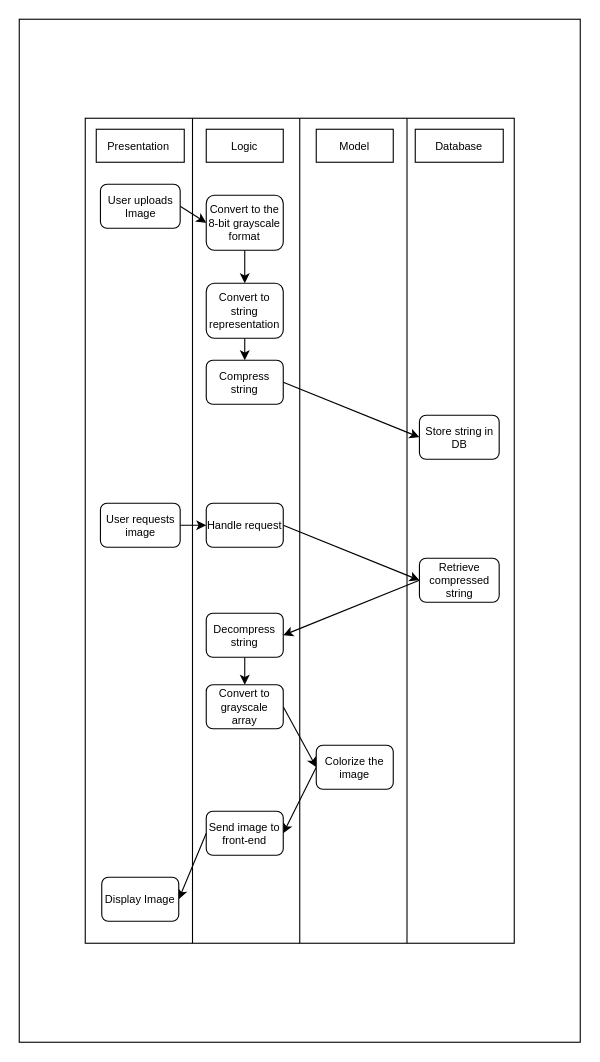
The draw.io diagram Swimlane.drawio in aditya-deo/gan-paper-2-diagrams, before the edit. Source tidied: cells renumbered, new cells numbered last; positions are measured from the earlier drawing's top-left corner, leaving out a move shared by most shapes. Both pictures are drawn from the tidied source at 110%, with x=0, y=0 at pixel (19, 19).
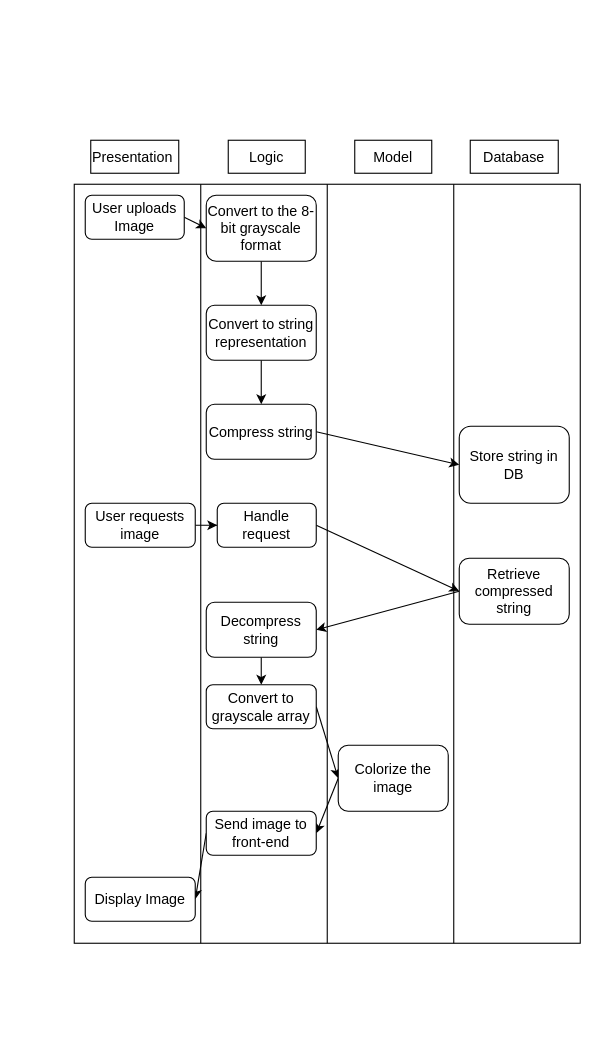
The same diagram, later.

Change to the diagram source:
```diff
@@
-    <mxCell id="2" style="rounded=0;whiteSpace=wrap;html=1;fontSize=10;fontStyle=0;" parent="1" vertex="1">
-      <mxGeometry x="60" y="90" width="390" height="750" as="geometry" />
+    <mxCell id="2" style="rounded=0;whiteSpace=wrap;html=1;fontSize=13;fontStyle=0;" parent="1" vertex="1">
+      <mxGeometry x="50" y="150" width="460" height="690" as="geometry" />
     </mxCell>
-    <mxCell id="3" style="rounded=0;orthogonalLoop=1;jettySize=auto;html=1;exitX=0.25;exitY=0;exitDx=0;exitDy=0;entryX=0.25;entryY=1;entryDx=0;entryDy=0;endArrow=none;endFill=0;fontSize=10;fontStyle=0;" parent="1" edge="1" source="2" target="2">
+    <mxCell id="3" style="rounded=0;orthogonalLoop=1;jettySize=auto;html=1;exitX=0.25;exitY=0;exitDx=0;exitDy=0;entryX=0.25;entryY=1;entryDx=0;entryDy=0;endArrow=none;endFill=0;fontSize=13;fontStyle=0;" parent="1" edge="1" source="2" target="2">
       <mxGeometry relative="1" as="geometry" />
     </mxCell>
-    <mxCell id="4" style="rounded=0;orthogonalLoop=1;jettySize=auto;html=1;exitX=0.75;exitY=0;exitDx=0;exitDy=0;entryX=0.75;entryY=1;entryDx=0;entryDy=0;endArrow=none;endFill=0;fontSize=10;fontStyle=0;" parent="1" edge="1" source="2" target="2">
+    <mxCell id="4" style="rounded=0;orthogonalLoop=1;jettySize=auto;html=1;exitX=0.75;exitY=0;exitDx=0;exitDy=0;entryX=0.75;entryY=1;entryDx=0;entryDy=0;endArrow=none;endFill=0;fontSize=13;fontStyle=0;" parent="1" edge="1" source="2" target="2">
       <mxGeometry relative="1" as="geometry" />
     </mxCell>
-    <mxCell id="5" value="Presentation&amp;nbsp;" style="rounded=0;whiteSpace=wrap;html=1;fontSize=10;fontStyle=0;" parent="1" vertex="1">
-      <mxGeometry x="70" y="100" width="80" height="30" as="geometry" />
+    <mxCell id="5" value="Presentation&amp;nbsp;" style="rounded=0;whiteSpace=wrap;html=1;fontSize=13;fontStyle=0;" parent="1" vertex="1">
+      <mxGeometry x="65" y="110" width="80" height="30" as="geometry" />
     </mxCell>
-    <mxCell id="6" value="Logic" style="rounded=0;whiteSpace=wrap;html=1;fontSize=10;fontStyle=0;" parent="1" vertex="1">
-      <mxGeometry x="170" y="100" width="70" height="30" as="geometry" />
+    <mxCell id="6" value="Logic" style="rounded=0;whiteSpace=wrap;html=1;fontSize=13;fontStyle=0;" parent="1" vertex="1">
+      <mxGeometry x="190" y="110" width="70" height="30" as="geometry" />
     </mxCell>
-    <mxCell id="7" value="Database" style="rounded=0;whiteSpace=wrap;html=1;fontSize=10;fontStyle=0;" parent="1" vertex="1">
-      <mxGeometry x="360" y="100" width="80" height="30" as="geometry" />
+    <mxCell id="7" value="Database" style="rounded=0;whiteSpace=wrap;html=1;fontSize=13;fontStyle=0;" parent="1" vertex="1">
+      <mxGeometry x="410" y="110" width="80" height="30" as="geometry" />
     </mxCell>
-    <mxCell id="8" style="rounded=0;jettySize=auto;html=1;exitX=1;exitY=0.5;exitDx=0;exitDy=0;entryX=0;entryY=0.5;entryDx=0;entryDy=0;fontSize=10;fontStyle=0;" parent="1" edge="1" source="9" target="11">
+    <mxCell id="8" style="rounded=0;jettySize=auto;html=1;exitX=1;exitY=0.5;exitDx=0;exitDy=0;entryX=0;entryY=0.5;entryDx=0;entryDy=0;fontSize=13;fontStyle=0;" parent="1" edge="1" source="9" target="11">
       <mxGeometry relative="1" as="geometry" />
     </mxCell>
-    <mxCell id="9" value="User uploads Image" style="rounded=1;whiteSpace=wrap;html=1;fontSize=10;fontStyle=0;" parent="1" vertex="1">
-      <mxGeometry x="73.8" y="150" width="72.5" height="40" as="geometry" />
+    <mxCell id="9" value="User uploads Image" style="rounded=1;whiteSpace=wrap;html=1;fontSize=13;fontStyle=0;" parent="1" vertex="1">
+      <mxGeometry x="60" y="160" width="90" height="40" as="geometry" />
     </mxCell>
-    <mxCell id="10" style="edgeStyle=orthogonalEdgeStyle;rounded=0;jettySize=auto;html=1;exitX=0.5;exitY=1;exitDx=0;exitDy=0;fontSize=10;fontStyle=0;" parent="1" edge="1" source="11" target="13">
+    <mxCell id="10" style="edgeStyle=orthogonalEdgeStyle;rounded=0;jettySize=auto;html=1;exitX=0.5;exitY=1;exitDx=0;exitDy=0;fontSize=13;fontStyle=0;" parent="1" edge="1" source="11" target="13">
       <mxGeometry relative="1" as="geometry" />
     </mxCell>
-    <mxCell id="11" value="Convert to the 8-bit grayscale format" style="rounded=1;whiteSpace=wrap;html=1;fontSize=10;fontStyle=0;" parent="1" vertex="1">
-      <mxGeometry x="170" y="160" width="70" height="50" as="geometry" />
+    <mxCell id="11" value="Convert to the 8-bit grayscale format" style="rounded=1;whiteSpace=wrap;html=1;fontSize=13;fontStyle=0;" parent="1" vertex="1">
+      <mxGeometry x="170" y="160" width="100" height="60" as="geometry" />
     </mxCell>
-    <mxCell id="12" style="edgeStyle=orthogonalEdgeStyle;rounded=0;jettySize=auto;html=1;exitX=0.5;exitY=1;exitDx=0;exitDy=0;entryX=0.5;entryY=0;entryDx=0;entryDy=0;fontSize=10;fontStyle=0;" parent="1" edge="1" source="13" target="15">
+    <mxCell id="12" style="edgeStyle=orthogonalEdgeStyle;rounded=0;jettySize=auto;html=1;exitX=0.5;exitY=1;exitDx=0;exitDy=0;entryX=0.5;entryY=0;entryDx=0;entryDy=0;fontSize=13;fontStyle=0;" parent="1" edge="1" source="13" target="15">
       <mxGeometry relative="1" as="geometry" />
     </mxCell>
-    <mxCell id="13" value="Convert to string representation" style="rounded=1;whiteSpace=wrap;html=1;fontSize=10;fontStyle=0;" parent="1" vertex="1">
-      <mxGeometry x="170" y="240" width="70" height="50" as="geometry" />
+    <mxCell id="13" value="Convert to string representation" style="rounded=1;whiteSpace=wrap;html=1;fontSize=13;fontStyle=0;" parent="1" vertex="1">
+      <mxGeometry x="170" y="260" width="100" height="50" as="geometry" />
     </mxCell>
-    <mxCell id="14" style="rounded=0;jettySize=auto;html=1;exitX=1;exitY=0.5;exitDx=0;exitDy=0;entryX=0;entryY=0.5;entryDx=0;entryDy=0;fontSize=10;fontStyle=0;" parent="1" edge="1" source="15" target="16">
+    <mxCell id="14" style="rounded=0;jettySize=auto;html=1;exitX=1;exitY=0.5;exitDx=0;exitDy=0;entryX=0;entryY=0.5;entryDx=0;entryDy=0;fontSize=13;fontStyle=0;" parent="1" edge="1" source="15" target="16">
       <mxGeometry relative="1" as="geometry" />
     </mxCell>
-    <mxCell id="15" value="Compress string" style="rounded=1;whiteSpace=wrap;html=1;fontSize=10;fontStyle=0;" parent="1" vertex="1">
-      <mxGeometry x="170" y="310" width="70" height="40" as="geometry" />
+    <mxCell id="15" value="Compress string" style="rounded=1;whiteSpace=wrap;html=1;fontSize=13;fontStyle=0;" parent="1" vertex="1">
+      <mxGeometry x="170" y="350" width="100" height="50" as="geometry" />
     </mxCell>
-    <mxCell id="16" value="Store string in DB" style="rounded=1;whiteSpace=wrap;html=1;fontSize=10;fontStyle=0;" parent="1" vertex="1">
-      <mxGeometry x="363.8" y="360" width="72.5" height="40" as="geometry" />
+    <mxCell id="16" value="Store string in DB" style="rounded=1;whiteSpace=wrap;html=1;fontSize=13;fontStyle=0;" parent="1" vertex="1">
+      <mxGeometry x="400" y="370" width="100" height="70" as="geometry" />
     </mxCell>
-    <mxCell id="17" style="edgeStyle=orthogonalEdgeStyle;rounded=0;jettySize=auto;html=1;exitX=1;exitY=0.5;exitDx=0;exitDy=0;fontSize=10;fontStyle=0;" parent="1" edge="1" source="18" target="20">
+    <mxCell id="17" style="edgeStyle=orthogonalEdgeStyle;rounded=0;jettySize=auto;html=1;exitX=1;exitY=0.5;exitDx=0;exitDy=0;fontSize=13;fontStyle=0;" parent="1" edge="1" source="18" target="20">
       <mxGeometry relative="1" as="geometry" />
     </mxCell>
-    <mxCell id="18" value="User requests image" style="rounded=1;whiteSpace=wrap;html=1;fontSize=10;fontStyle=0;" parent="1" vertex="1">
-      <mxGeometry x="73.8" y="440" width="72.5" height="40" as="geometry" />
+    <mxCell id="18" value="User requests image" style="rounded=1;whiteSpace=wrap;html=1;fontSize=13;fontStyle=0;" parent="1" vertex="1">
+      <mxGeometry x="60" y="440" width="100" height="40" as="geometry" />
     </mxCell>
-    <mxCell id="19" style="rounded=0;jettySize=auto;html=1;exitX=1;exitY=0.5;exitDx=0;exitDy=0;entryX=0;entryY=0.5;entryDx=0;entryDy=0;fontSize=10;fontStyle=0;" parent="1" edge="1" source="20" target="22">
+    <mxCell id="19" style="rounded=0;jettySize=auto;html=1;exitX=1;exitY=0.5;exitDx=0;exitDy=0;entryX=0;entryY=0.5;entryDx=0;entryDy=0;fontSize=13;fontStyle=0;" parent="1" edge="1" source="20" target="22">
       <mxGeometry relative="1" as="geometry" />
     </mxCell>
-    <mxCell id="20" value="Handle request" style="rounded=1;whiteSpace=wrap;html=1;fontSize=10;fontStyle=0;" parent="1" vertex="1">
-      <mxGeometry x="170" y="440" width="70" height="40" as="geometry" />
+    <mxCell id="20" value="Handle request" style="rounded=1;whiteSpace=wrap;html=1;fontSize=13;fontStyle=0;" parent="1" vertex="1">
+      <mxGeometry x="180" y="440" width="90" height="40" as="geometry" />
     </mxCell>
-    <mxCell id="21" style="rounded=0;jettySize=auto;html=1;exitX=0;exitY=0.5;exitDx=0;exitDy=0;entryX=1;entryY=0.5;entryDx=0;entryDy=0;fontSize=10;fontStyle=0;" parent="1" edge="1" source="22" target="24">
+    <mxCell id="21" style="rounded=0;jettySize=auto;html=1;exitX=0;exitY=0.5;exitDx=0;exitDy=0;entryX=1;entryY=0.5;entryDx=0;entryDy=0;fontSize=13;fontStyle=0;" parent="1" edge="1" source="22" target="24">
       <mxGeometry relative="1" as="geometry" />
     </mxCell>
-    <mxCell id="22" value="Retrieve compressed string" style="rounded=1;whiteSpace=wrap;html=1;fontSize=10;fontStyle=0;" parent="1" vertex="1">
-      <mxGeometry x="363.8" y="490" width="72.5" height="40" as="geometry" />
+    <mxCell id="22" value="Retrieve compressed string" style="rounded=1;whiteSpace=wrap;html=1;fontSize=13;fontStyle=0;" parent="1" vertex="1">
+      <mxGeometry x="400" y="490" width="100" height="60" as="geometry" />
     </mxCell>
-    <mxCell id="23" style="edgeStyle=orthogonalEdgeStyle;rounded=0;jettySize=auto;html=1;exitX=0.5;exitY=1;exitDx=0;exitDy=0;entryX=0.5;entryY=0;entryDx=0;entryDy=0;fontSize=10;fontStyle=0;" parent="1" edge="1" source="24" target="28">
+    <mxCell id="23" style="edgeStyle=orthogonalEdgeStyle;rounded=0;jettySize=auto;html=1;exitX=0.5;exitY=1;exitDx=0;exitDy=0;entryX=0.5;entryY=0;entryDx=0;entryDy=0;fontSize=13;fontStyle=0;" parent="1" edge="1" source="24" target="28">
       <mxGeometry relative="1" as="geometry" />
     </mxCell>
-    <mxCell id="24" value="Decompress string" style="rounded=1;whiteSpace=wrap;html=1;fontSize=10;fontStyle=0;" parent="1" vertex="1">
-      <mxGeometry x="170" y="540" width="70" height="40" as="geometry" />
+    <mxCell id="24" value="Decompress string" style="rounded=1;whiteSpace=wrap;html=1;fontSize=13;fontStyle=0;" parent="1" vertex="1">
+      <mxGeometry x="170" y="530" width="100" height="50" as="geometry" />
     </mxCell>
-    <mxCell id="25" style="rounded=0;orthogonalLoop=1;jettySize=auto;html=1;exitX=0.5;exitY=0;exitDx=0;exitDy=0;entryX=0.5;entryY=1;entryDx=0;entryDy=0;endArrow=none;endFill=0;fontSize=10;fontStyle=0;" parent="1" edge="1" source="2" target="2">
+    <mxCell id="25" style="rounded=0;orthogonalLoop=1;jettySize=auto;html=1;exitX=0.5;exitY=0;exitDx=0;exitDy=0;entryX=0.5;entryY=1;entryDx=0;entryDy=0;endArrow=none;endFill=0;fontSize=13;fontStyle=0;" parent="1" edge="1" source="2" target="2">
       <mxGeometry relative="1" as="geometry" />
     </mxCell>
-    <mxCell id="26" value="Model" style="rounded=0;whiteSpace=wrap;html=1;fontSize=10;fontStyle=0;" parent="1" vertex="1">
-      <mxGeometry x="270" y="100" width="70" height="30" as="geometry" />
+    <mxCell id="26" value="Model" style="rounded=0;whiteSpace=wrap;html=1;fontSize=13;fontStyle=0;" parent="1" vertex="1">
+      <mxGeometry x="305" y="110" width="70" height="30" as="geometry" />
     </mxCell>
-    <mxCell id="27" style="rounded=0;jettySize=auto;html=1;exitX=1;exitY=0.5;exitDx=0;exitDy=0;entryX=0;entryY=0.5;entryDx=0;entryDy=0;fontSize=10;fontStyle=0;" parent="1" edge="1" source="28" target="30">
+    <mxCell id="27" style="rounded=0;jettySize=auto;html=1;exitX=1;exitY=0.5;exitDx=0;exitDy=0;entryX=0;entryY=0.5;entryDx=0;entryDy=0;fontSize=13;fontStyle=0;" parent="1" edge="1" source="28" target="30">
       <mxGeometry relative="1" as="geometry" />
     </mxCell>
-    <mxCell id="28" value="Convert to grayscale array" style="rounded=1;whiteSpace=wrap;html=1;fontSize=10;fontStyle=0;" parent="1" vertex="1">
-      <mxGeometry x="170" y="605" width="70" height="40" as="geometry" />
+    <mxCell id="28" value="Convert to grayscale array" style="rounded=1;whiteSpace=wrap;html=1;fontSize=13;fontStyle=0;" parent="1" vertex="1">
+      <mxGeometry x="170" y="605" width="100" height="40" as="geometry" />
     </mxCell>
-    <mxCell id="29" style="rounded=0;jettySize=auto;html=1;exitX=0;exitY=0.5;exitDx=0;exitDy=0;entryX=1;entryY=0.5;entryDx=0;entryDy=0;fontSize=10;fontStyle=0;" parent="1" edge="1" source="30" target="32">
+    <mxCell id="29" style="rounded=0;jettySize=auto;html=1;exitX=0;exitY=0.5;exitDx=0;exitDy=0;entryX=1;entryY=0.5;entryDx=0;entryDy=0;fontSize=13;fontStyle=0;" parent="1" edge="1" source="30" target="32">
       <mxGeometry relative="1" as="geometry" />
     </mxCell>
-    <mxCell id="30" value="Colorize the image" style="rounded=1;whiteSpace=wrap;html=1;fontSize=10;fontStyle=0;" parent="1" vertex="1">
-      <mxGeometry x="270" y="660" width="70" height="40" as="geometry" />
+    <mxCell id="30" value="Colorize the image" style="rounded=1;whiteSpace=wrap;html=1;fontSize=13;fontStyle=0;" parent="1" vertex="1">
+      <mxGeometry x="290" y="660" width="100" height="60" as="geometry" />
     </mxCell>
-    <mxCell id="31" style="rounded=0;jettySize=auto;html=1;exitX=0;exitY=0.5;exitDx=0;exitDy=0;entryX=1;entryY=0.5;entryDx=0;entryDy=0;fontSize=10;fontStyle=0;" parent="1" edge="1" source="32" target="33">
+    <mxCell id="31" style="rounded=0;jettySize=auto;html=1;exitX=0;exitY=0.5;exitDx=0;exitDy=0;entryX=1;entryY=0.5;entryDx=0;entryDy=0;fontSize=13;fontStyle=0;" parent="1" edge="1" source="32" target="33">
       <mxGeometry relative="1" as="geometry" />
     </mxCell>
-    <mxCell id="32" value="Send image to front-end" style="rounded=1;whiteSpace=wrap;html=1;fontSize=10;fontStyle=0;" parent="1" vertex="1">
-      <mxGeometry x="170" y="720" width="70" height="40" as="geometry" />
+    <mxCell id="32" value="Send image to front-end" style="rounded=1;whiteSpace=wrap;html=1;fontSize=13;fontStyle=0;" parent="1" vertex="1">
+      <mxGeometry x="170" y="720" width="100" height="40" as="geometry" />
     </mxCell>
-    <mxCell id="33" value="Display Image" style="rounded=1;whiteSpace=wrap;html=1;fontSize=10;fontStyle=0;" parent="1" vertex="1">
-      <mxGeometry x="75" y="780" width="70" height="40" as="geometry" />
+    <mxCell id="33" value="Display Image" style="rounded=1;whiteSpace=wrap;html=1;fontSize=13;fontStyle=0;" parent="1" vertex="1">
+      <mxGeometry x="60" y="780" width="100" height="40" as="geometry" />
     </mxCell>
-    <mxCell id="34" style="rounded=0;whiteSpace=wrap;html=1;fillColor=none;" parent="1" vertex="1">
-      <mxGeometry width="510" height="930" as="geometry" />
-    </mxCell>
```
